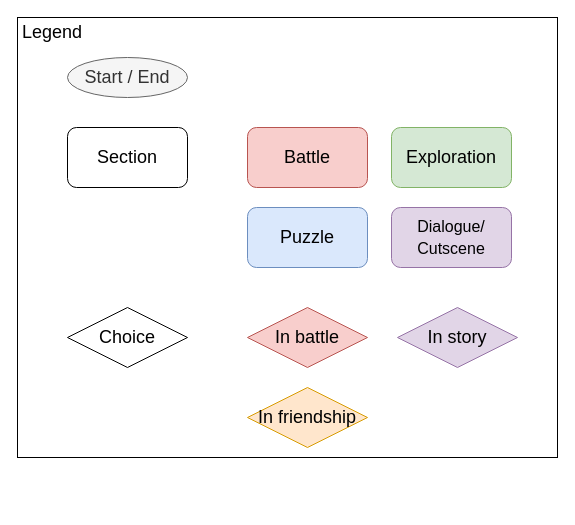
This is Documentation/Pictures/Level/Level_legend_source.drawio from Sephirothbahamut/Accio-Niffler, a draw.io file, before an edit. Source tidied: cells renumbered, new cells numbered last; positions are measured from the earlier drawing's top-left corner, leaving out a move shared by most shapes. Both pictures are drawn from the tidied source at 100%, with x=0, y=0 at pixel (17, 17).
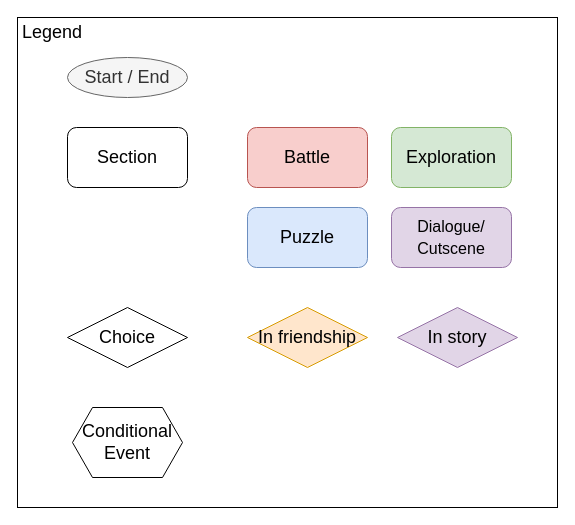
After the change.

Commit message (it also covers changes not shown here):
Added first draft of lvl flowchart

What changed in the source:
```diff
@@
 <mxGraphModel>
   <root>
     <mxCell id="0" />
     <mxCell id="1" parent="0" />
     <mxCell id="2" style="whiteSpace=wrap;html=1;labelBackgroundColor=#FFD966;labelBorderColor=none;" parent="1" vertex="1">
-      <mxGeometry width="540" height="440" as="geometry" />
+      <mxGeometry width="540" height="490" as="geometry" />
     </mxCell>
     <mxCell id="3" value="Start / End" style="ellipse;whiteSpace=wrap;html=1;labelBackgroundColor=none;fontColor=#333333;fillColor=#f5f5f5;strokeColor=#666666;fontSize=18;" parent="1" vertex="1">
       <mxGeometry x="50" y="40" width="120" height="40" as="geometry" />
     </mxCell>
     <mxCell id="4" value="Section" style="rounded=1;whiteSpace=wrap;html=1;labelBackgroundColor=none;fontSize=18;" parent="1" vertex="1">
       <mxGeometry x="50" y="110" width="120" height="60" as="geometry" />
     </mxCell>
     <mxCell id="5" value="Battle" style="rounded=1;whiteSpace=wrap;html=1;labelBackgroundColor=none;fillColor=#f8cecc;strokeColor=#b85450;fontSize=18;" parent="1" vertex="1">
       <mxGeometry x="230" y="110" width="120" height="60" as="geometry" />
     </mxCell>
     <mxCell id="6" value="Exploration" style="rounded=1;whiteSpace=wrap;html=1;labelBackgroundColor=none;fillColor=#d5e8d4;strokeColor=#82b366;fontSize=18;" parent="1" vertex="1">
       <mxGeometry x="374" y="110" width="120" height="60" as="geometry" />
     </mxCell>
     <mxCell id="7" value="Puzzle" style="rounded=1;whiteSpace=wrap;html=1;labelBackgroundColor=none;fillColor=#dae8fc;strokeColor=#6c8ebf;fontSize=18;" parent="1" vertex="1">
       <mxGeometry x="230" y="190" width="120" height="60" as="geometry" />
     </mxCell>
     <mxCell id="8" value="&lt;span style=&quot;font-size: 16px&quot;&gt;Dialogue/&lt;br&gt;Cutscene&lt;br&gt;&lt;/span&gt;" style="rounded=1;whiteSpace=wrap;html=1;labelBackgroundColor=none;fillColor=#e1d5e7;strokeColor=#9673a6;fontSize=18;" parent="1" vertex="1">
       <mxGeometry x="374" y="190" width="120" height="60" as="geometry" />
     </mxCell>
     <mxCell id="9" value="Choice" style="rhombus;whiteSpace=wrap;html=1;labelBackgroundColor=none;fontColor=#000000;fontSize=18;" parent="1" vertex="1">
       <mxGeometry x="50" y="290" width="120" height="60" as="geometry" />
     </mxCell>
     <mxCell id="10" value="Legend" style="text;html=1;strokeColor=none;fillColor=none;align=center;verticalAlign=middle;whiteSpace=wrap;rounded=0;labelBackgroundColor=none;fontSize=18;fontColor=#000000;" parent="1" vertex="1">
       <mxGeometry x="10" width="50" height="30" as="geometry" />
     </mxCell>
-    <mxCell id="11" value="In battle" style="rhombus;whiteSpace=wrap;html=1;labelBackgroundColor=none;fontSize=18;fillColor=#f8cecc;strokeColor=#b85450;" parent="1" vertex="1">
-      <mxGeometry x="230" y="290" width="120" height="60" as="geometry" />
-    </mxCell>
     <mxCell id="12" value="In story" style="rhombus;whiteSpace=wrap;html=1;labelBackgroundColor=none;fontSize=18;fillColor=#e1d5e7;strokeColor=#9673a6;" parent="1" vertex="1">
       <mxGeometry x="380" y="290" width="120" height="60" as="geometry" />
     </mxCell>
     <mxCell id="13" value="In friendship" style="rhombus;whiteSpace=wrap;html=1;labelBackgroundColor=none;fontSize=18;fillColor=#ffe6cc;strokeColor=#d79b00;" parent="1" vertex="1">
-      <mxGeometry x="230" y="370" width="120" height="60" as="geometry" />
+      <mxGeometry x="230" y="290" width="120" height="60" as="geometry" />
     </mxCell>
+    <mxCell id="14" value="&lt;font style=&quot;font-size: 18px&quot;&gt;Conditional&lt;br&gt;Event&lt;br&gt;&lt;/font&gt;" style="shape=hexagon;perimeter=hexagonPerimeter2;whiteSpace=wrap;html=1;fixedSize=1;" parent="1" vertex="1">
+      <mxGeometry x="55" y="390" width="110" height="70" as="geometry" />
+    </mxCell>
   </root>
 </mxGraphModel>
```
